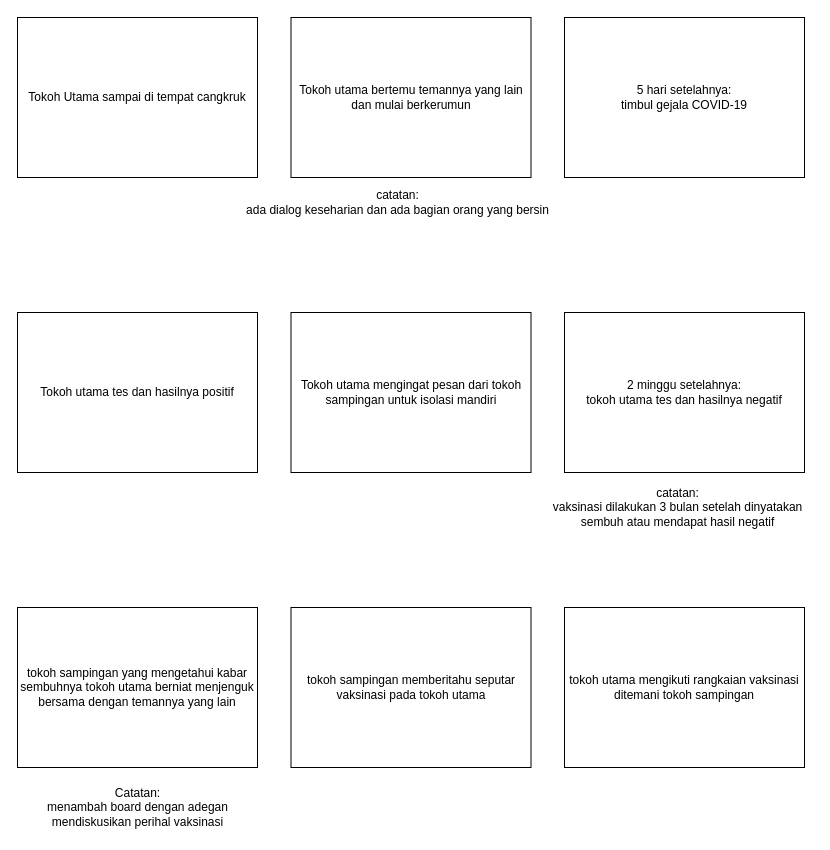
Above: page "hal 2" (2 of 3) of Storyboard Project.drawio in birthdaygracia24/AllAboutDrawIO (draw.io), before the change. Source tidied: cells renumbered, new cells numbered last; positions are measured from the earlier drawing's top-left corner, leaving out a move shared by most shapes. Both pictures are drawn from the tidied source at 100%, with x=0, y=0 at pixel (17, 17).
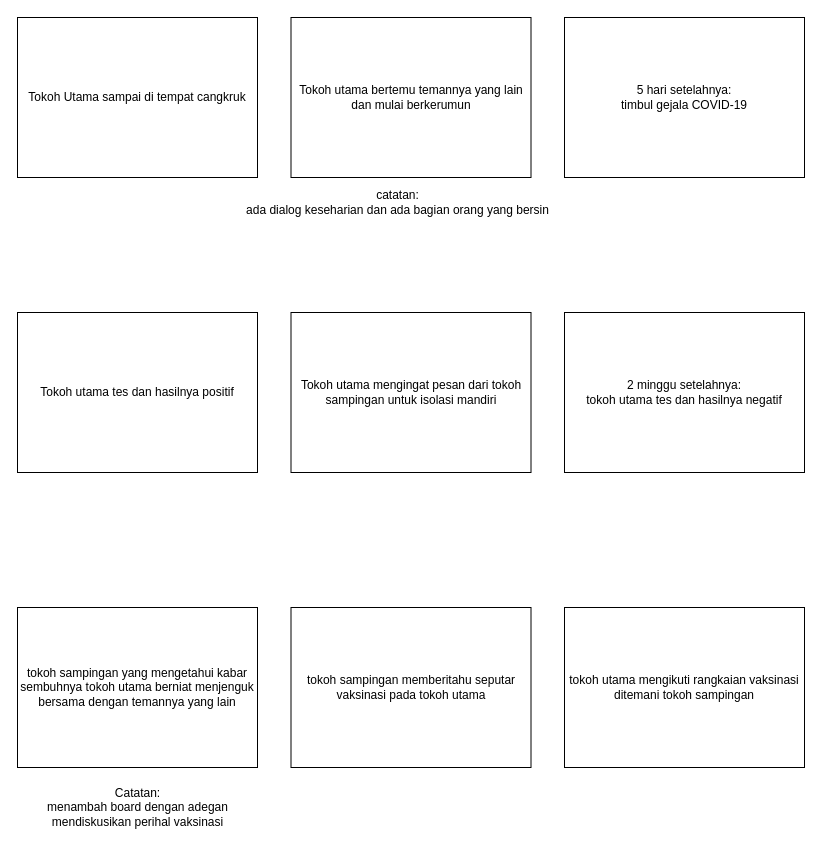
The same diagram, later.

The edit, as a diff of the source:
```diff
@@
 <mxGraphModel>
   <root>
     <mxCell id="0" />
     <mxCell id="1" parent="0" />
     <mxCell id="2" value="Tokoh Utama sampai di tempat cangkruk" style="rounded=0;whiteSpace=wrap;html=1;" parent="1" vertex="1">
       <mxGeometry width="240" height="160" as="geometry" />
     </mxCell>
     <mxCell id="3" value="Tokoh utama bertemu temannya yang lain dan mulai berkerumun" style="rounded=0;whiteSpace=wrap;html=1;" parent="1" vertex="1">
       <mxGeometry x="273.5" width="240" height="160" as="geometry" />
     </mxCell>
     <mxCell id="4" value="5 hari setelahnya:&lt;br&gt;timbul gejala COVID-19" style="rounded=0;whiteSpace=wrap;html=1;" parent="1" vertex="1">
       <mxGeometry x="547" width="240" height="160" as="geometry" />
     </mxCell>
     <mxCell id="5" value="Tokoh utama tes dan hasilnya positif" style="rounded=0;whiteSpace=wrap;html=1;" parent="1" vertex="1">
       <mxGeometry y="295" width="240" height="160" as="geometry" />
     </mxCell>
     <mxCell id="6" value="Tokoh utama mengingat pesan dari tokoh sampingan untuk isolasi mandiri" style="rounded=0;whiteSpace=wrap;html=1;" parent="1" vertex="1">
       <mxGeometry x="273.5" y="295" width="240" height="160" as="geometry" />
     </mxCell>
     <mxCell id="7" value="2 minggu setelahnya:&lt;br&gt;tokoh utama tes dan hasilnya negatif" style="rounded=0;whiteSpace=wrap;html=1;" parent="1" vertex="1">
       <mxGeometry x="547" y="295" width="240" height="160" as="geometry" />
     </mxCell>
     <mxCell id="8" value="tokoh sampingan yang mengetahui kabar sembuhnya tokoh utama berniat menjenguk bersama dengan temannya yang lain" style="rounded=0;whiteSpace=wrap;html=1;" parent="1" vertex="1">
       <mxGeometry y="590" width="240" height="160" as="geometry" />
     </mxCell>
     <mxCell id="9" value="tokoh sampingan memberitahu seputar vaksinasi pada tokoh utama" style="rounded=0;whiteSpace=wrap;html=1;" parent="1" vertex="1">
       <mxGeometry x="273.5" y="590" width="240" height="160" as="geometry" />
     </mxCell>
     <mxCell id="10" value="tokoh utama mengikuti rangkaian vaksinasi ditemani tokoh sampingan" style="rounded=0;whiteSpace=wrap;html=1;" parent="1" vertex="1">
       <mxGeometry x="547" y="590" width="240" height="160" as="geometry" />
     </mxCell>
     <mxCell id="11" value="catatan:&lt;br&gt;ada dialog keseharian dan ada bagian orang yang bersin" style="text;html=1;align=center;verticalAlign=middle;fillColor=none;strokeColor=none;rounded=0;" parent="1" vertex="1">
       <mxGeometry x="220" y="170" width="320" height="30" as="geometry" />
     </mxCell>
-    <mxCell id="12" value="catatan:&lt;br&gt;vaksinasi dilakukan 3 bulan setelah dinyatakan&lt;br&gt;sembuh atau mendapat hasil negatif" style="text;html=1;align=center;verticalAlign=middle;fillColor=none;strokeColor=none;rounded=0;" parent="1" vertex="1">
-      <mxGeometry x="525" y="465" width="270" height="50" as="geometry" />
-    </mxCell>
     <mxCell id="13" value="Catatan:&lt;br&gt;menambah board dengan adegan&lt;br&gt;mendiskusikan perihal vaksinasi" style="text;html=1;align=center;verticalAlign=middle;fillColor=none;strokeColor=none;rounded=0;" parent="1" vertex="1">
       <mxGeometry x="20" y="765" width="200" height="50" as="geometry" />
     </mxCell>
   </root>
 </mxGraphModel>
```
